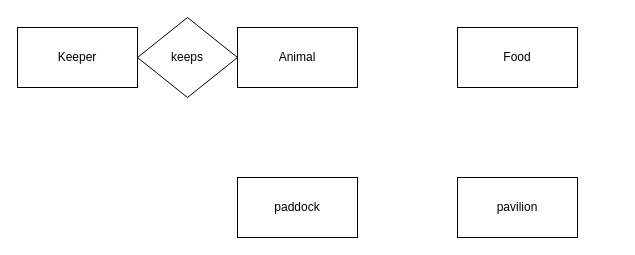
LowLightCZ1/DAT-Draw.io keeps this draw.io diagram as Diagram bez názvu.drawio. Above is the earlier version. Source tidied: cells renumbered, new cells numbered last; positions are measured from the earlier drawing's top-left corner, leaving out a move shared by most shapes. Both pictures are drawn from the tidied source at 100%, with x=0, y=0 at pixel (17, 17).
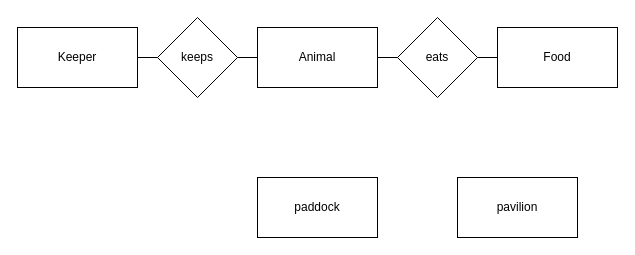
After the change.

Change to the diagram source:
```diff
@@
 <mxGraphModel>
   <root>
     <mxCell id="0" />
     <mxCell id="1" parent="0" />
     <mxCell id="2" value="Animal" style="rounded=0;whiteSpace=wrap;html=1;" parent="1" vertex="1">
-      <mxGeometry x="220" y="10" width="120" height="60" as="geometry" />
+      <mxGeometry x="240" y="10" width="120" height="60" as="geometry" />
     </mxCell>
     <mxCell id="3" value="Keeper" style="rounded=0;whiteSpace=wrap;html=1;" parent="1" vertex="1">
       <mxGeometry y="10" width="120" height="60" as="geometry" />
     </mxCell>
     <mxCell id="4" value="paddock" style="rounded=0;whiteSpace=wrap;html=1;" parent="1" vertex="1">
-      <mxGeometry x="220" y="160" width="120" height="60" as="geometry" />
+      <mxGeometry x="240" y="160" width="120" height="60" as="geometry" />
     </mxCell>
     <mxCell id="5" value="pavilion" style="rounded=0;whiteSpace=wrap;html=1;" parent="1" vertex="1">
       <mxGeometry x="440" y="160" width="120" height="60" as="geometry" />
     </mxCell>
     <mxCell id="6" value="Food" style="rounded=0;whiteSpace=wrap;html=1;" parent="1" vertex="1">
-      <mxGeometry x="440" y="10" width="120" height="60" as="geometry" />
+      <mxGeometry x="480" y="10" width="120" height="60" as="geometry" />
     </mxCell>
+    <mxCell id="8" style="edgeStyle=orthogonalEdgeStyle;rounded=0;jettySize=auto;html=1;exitX=1;exitY=0.5;exitDx=0;exitDy=0;entryX=0;entryY=0.5;entryDx=0;entryDy=0;endArrow=none;endFill=0;" parent="1" edge="1" source="7" target="2">
+      <mxGeometry relative="1" as="geometry" />
+    </mxCell>
+    <mxCell id="9" style="edgeStyle=orthogonalEdgeStyle;rounded=0;jettySize=auto;html=1;exitX=0;exitY=0.5;exitDx=0;exitDy=0;entryX=1;entryY=0.5;entryDx=0;entryDy=0;strokeColor=default;endArrow=none;endFill=0;" parent="1" edge="1" source="7" target="3">
+      <mxGeometry relative="1" as="geometry" />
+    </mxCell>
     <mxCell id="7" value="keeps" style="rhombus;whiteSpace=wrap;html=1;" parent="1" vertex="1">
-      <mxGeometry x="120" width="100" height="80" as="geometry" />
+      <mxGeometry x="140" width="80" height="80" as="geometry" />
     </mxCell>
+    <mxCell id="10" style="edgeStyle=orthogonalEdgeStyle;rounded=0;jettySize=auto;html=1;exitX=0;exitY=0.5;exitDx=0;exitDy=0;endArrow=none;endFill=0;" parent="1" edge="1" source="12" target="2">
+      <mxGeometry relative="1" as="geometry" />
+    </mxCell>
+    <mxCell id="11" style="edgeStyle=orthogonalEdgeStyle;rounded=0;jettySize=auto;html=1;exitX=1;exitY=0.5;exitDx=0;exitDy=0;entryX=0;entryY=0.5;entryDx=0;entryDy=0;endArrow=none;endFill=0;" parent="1" edge="1" source="12" target="6">
+      <mxGeometry relative="1" as="geometry" />
+    </mxCell>
+    <mxCell id="12" value="eats" style="rhombus;whiteSpace=wrap;html=1;" parent="1" vertex="1">
+      <mxGeometry x="380" width="80" height="80" as="geometry" />
+    </mxCell>
   </root>
 </mxGraphModel>
```
